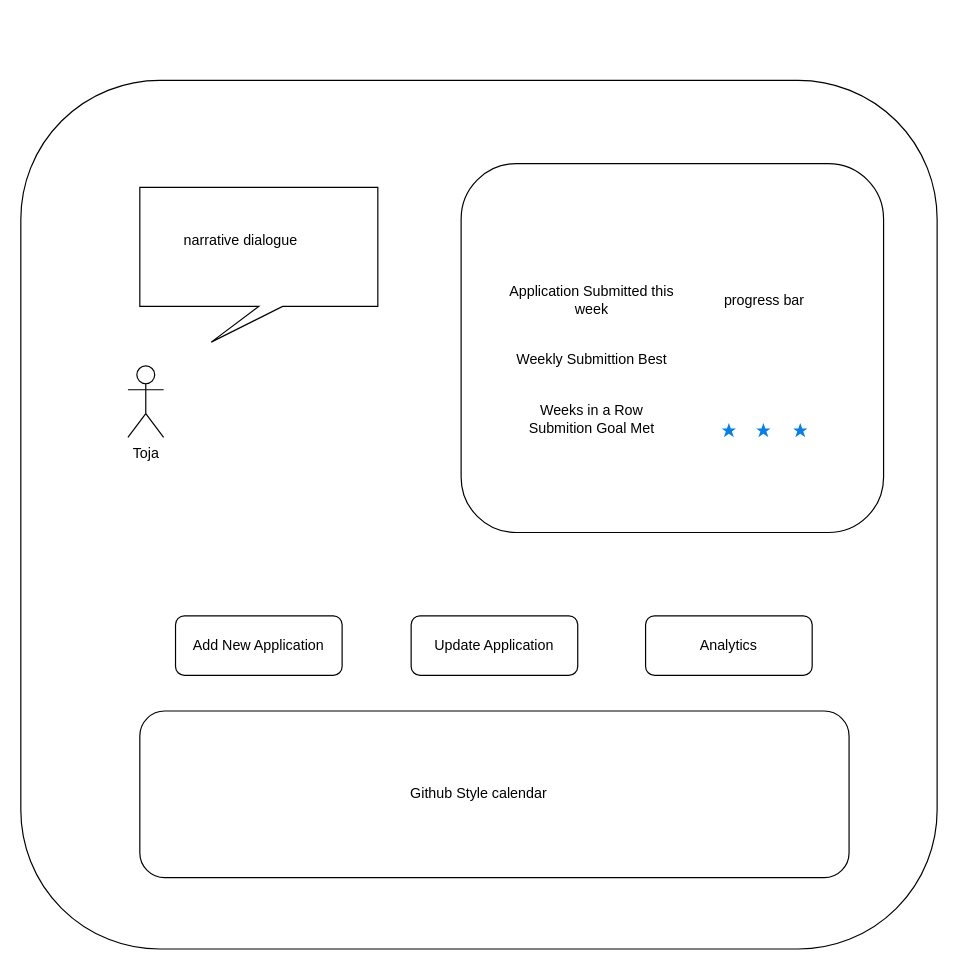
Above: project_notes/toja_main_ui_outline.drawio in BAndresen/TOJA (draw.io), before the change. Source tidied: cells renumbered, new cells numbered last; positions are measured from the earlier drawing's top-left corner, leaving out a move shared by most shapes. Both pictures are drawn from the tidied source at 119%, with x=0, y=0 at pixel (20, 80).
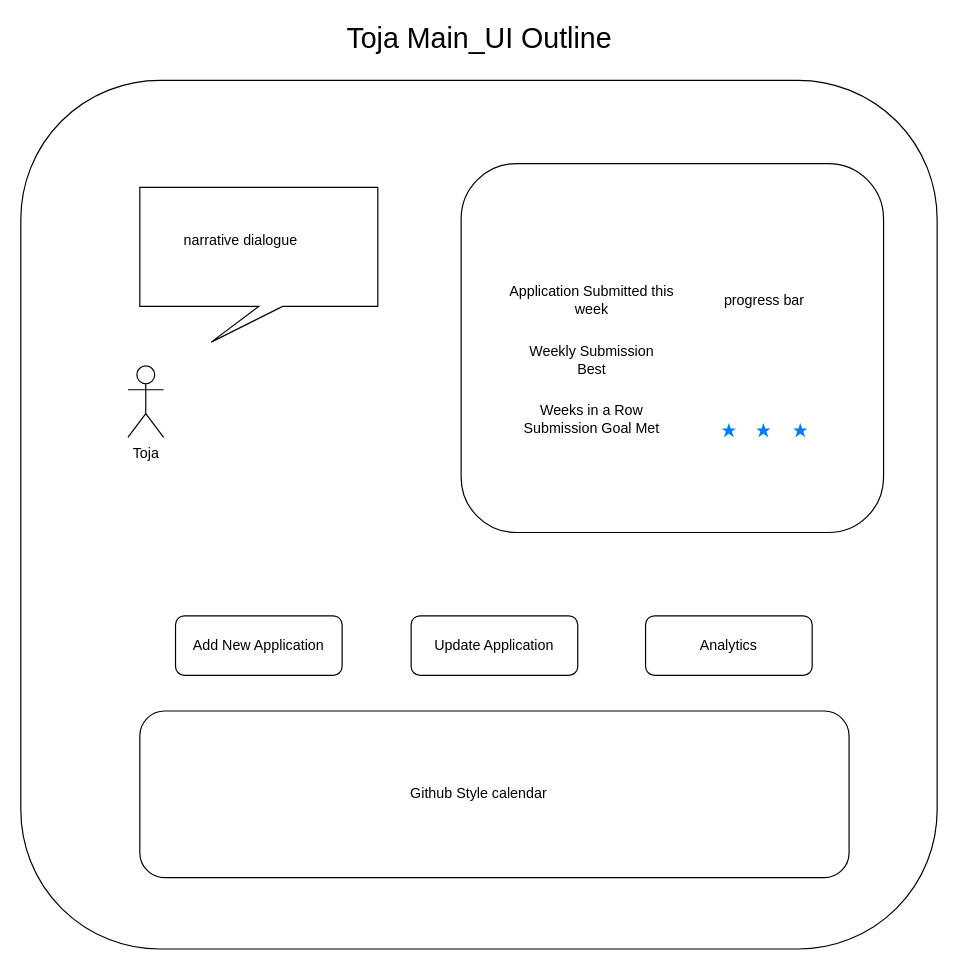
Above is the later version.

Diff of the diagram source:
```diff
@@
 <mxGraphModel>
   <root>
     <mxCell id="0" />
     <mxCell id="1" parent="0" />
     <mxCell id="2" style="rounded=1;whiteSpace=wrap;html=1;arcSize=16;" parent="1" vertex="1">
       <mxGeometry width="770" height="730" as="geometry" />
     </mxCell>
     <mxCell id="3" value="Add New Application" style="rounded=1;whiteSpace=wrap;html=1;" parent="1" vertex="1">
       <mxGeometry x="130" y="450" width="140" height="50" as="geometry" />
     </mxCell>
     <mxCell id="4" style="rounded=1;whiteSpace=wrap;html=1;" parent="1" vertex="1">
       <mxGeometry x="370" y="70" width="355" height="310" as="geometry" />
     </mxCell>
     <mxCell id="5" value="Toja" style="shape=umlActor;verticalLabelPosition=bottom;verticalAlign=top;html=1;" parent="1" vertex="1">
       <mxGeometry x="90" y="240" width="30" height="60" as="geometry" />
     </mxCell>
     <mxCell id="6" value="Application Submitted this week" style="text;html=1;strokeColor=none;fillColor=none;align=center;verticalAlign=middle;whiteSpace=wrap;rounded=0;" parent="1" vertex="1">
       <mxGeometry x="405" y="170" width="150" height="30" as="geometry" />
     </mxCell>
-    <mxCell id="7" value="Weekly Submittion Best" style="text;html=1;strokeColor=none;fillColor=none;align=center;verticalAlign=middle;whiteSpace=wrap;rounded=0;" parent="1" vertex="1">
+    <mxCell id="7" value="Weekly Submission Best" style="text;html=1;strokeColor=none;fillColor=none;align=center;verticalAlign=middle;whiteSpace=wrap;rounded=0;" parent="1" vertex="1">
       <mxGeometry x="415" y="220" width="130" height="30" as="geometry" />
     </mxCell>
-    <mxCell id="8" value="Weeks in a Row Submition Goal Met" style="text;html=1;strokeColor=none;fillColor=none;align=center;verticalAlign=middle;whiteSpace=wrap;rounded=0;" parent="1" vertex="1">
+    <mxCell id="8" value="Weeks in a Row Submission Goal Met" style="text;html=1;strokeColor=none;fillColor=none;align=center;verticalAlign=middle;whiteSpace=wrap;rounded=0;" parent="1" vertex="1">
       <mxGeometry x="420" y="270" width="120" height="30" as="geometry" />
     </mxCell>
     <mxCell id="9" style="html=1;verticalLabelPosition=bottom;labelBackgroundColor=#ffffff;verticalAlign=top;shadow=0;dashed=0;strokeWidth=2;shape=mxgraph.ios7.misc.star;fillColor=#0080f0;strokeColor=none;sketch=0;" parent="1" vertex="1">
       <mxGeometry x="589" y="288" width="12" height="12" as="geometry" />
     </mxCell>
     <mxCell id="10" style="html=1;verticalLabelPosition=bottom;labelBackgroundColor=#ffffff;verticalAlign=top;shadow=0;dashed=0;strokeWidth=2;shape=mxgraph.ios7.misc.star;fillColor=#0080f0;strokeColor=none;sketch=0;" parent="1" vertex="1">
       <mxGeometry x="618" y="288" width="12" height="12" as="geometry" />
     </mxCell>
     <mxCell id="11" style="html=1;verticalLabelPosition=bottom;labelBackgroundColor=#ffffff;verticalAlign=top;shadow=0;dashed=0;strokeWidth=2;shape=mxgraph.ios7.misc.star;fillColor=#0080f0;strokeColor=none;sketch=0;" parent="1" vertex="1">
       <mxGeometry x="649" y="288" width="12" height="12" as="geometry" />
     </mxCell>
     <mxCell id="12" value="progress bar" style="text;html=1;strokeColor=none;fillColor=none;align=center;verticalAlign=middle;whiteSpace=wrap;rounded=0;" parent="1" vertex="1">
       <mxGeometry x="580" y="170" width="90" height="30" as="geometry" />
     </mxCell>
     <mxCell id="13" style="shape=callout;whiteSpace=wrap;html=1;perimeter=calloutPerimeter;position2=0.3;" parent="1" vertex="1">
       <mxGeometry x="100" y="90" width="200" height="130" as="geometry" />
     </mxCell>
     <mxCell id="14" value="narrative dialogue" style="text;html=1;strokeColor=none;fillColor=none;align=center;verticalAlign=middle;whiteSpace=wrap;rounded=0;" parent="1" vertex="1">
       <mxGeometry x="130" y="110" width="110" height="50" as="geometry" />
     </mxCell>
     <mxCell id="15" style="rounded=1;whiteSpace=wrap;html=1;" parent="1" vertex="1">
       <mxGeometry x="100" y="530" width="596" height="140" as="geometry" />
     </mxCell>
     <mxCell id="16" value="Github Style calendar&lt;br&gt;" style="text;html=1;strokeColor=none;fillColor=none;align=center;verticalAlign=middle;whiteSpace=wrap;rounded=0;" parent="1" vertex="1">
       <mxGeometry x="290" y="585" width="190" height="30" as="geometry" />
     </mxCell>
     <mxCell id="17" value="Update Application" style="rounded=1;whiteSpace=wrap;html=1;" parent="1" vertex="1">
       <mxGeometry x="328" y="450" width="140" height="50" as="geometry" />
     </mxCell>
     <mxCell id="18" value="Analytics" style="rounded=1;whiteSpace=wrap;html=1;" parent="1" vertex="1">
       <mxGeometry x="525" y="450" width="140" height="50" as="geometry" />
     </mxCell>
+    <mxCell id="19" value="&lt;font style=&quot;font-size: 24px;&quot;&gt;Toja Main_UI Outline&lt;/font&gt;" style="text;html=1;strokeColor=none;fillColor=none;align=center;verticalAlign=middle;whiteSpace=wrap;rounded=0;" parent="1" vertex="1">
+      <mxGeometry x="249" y="-50" width="273" height="30" as="geometry" />
+    </mxCell>
   </root>
 </mxGraphModel>
```
